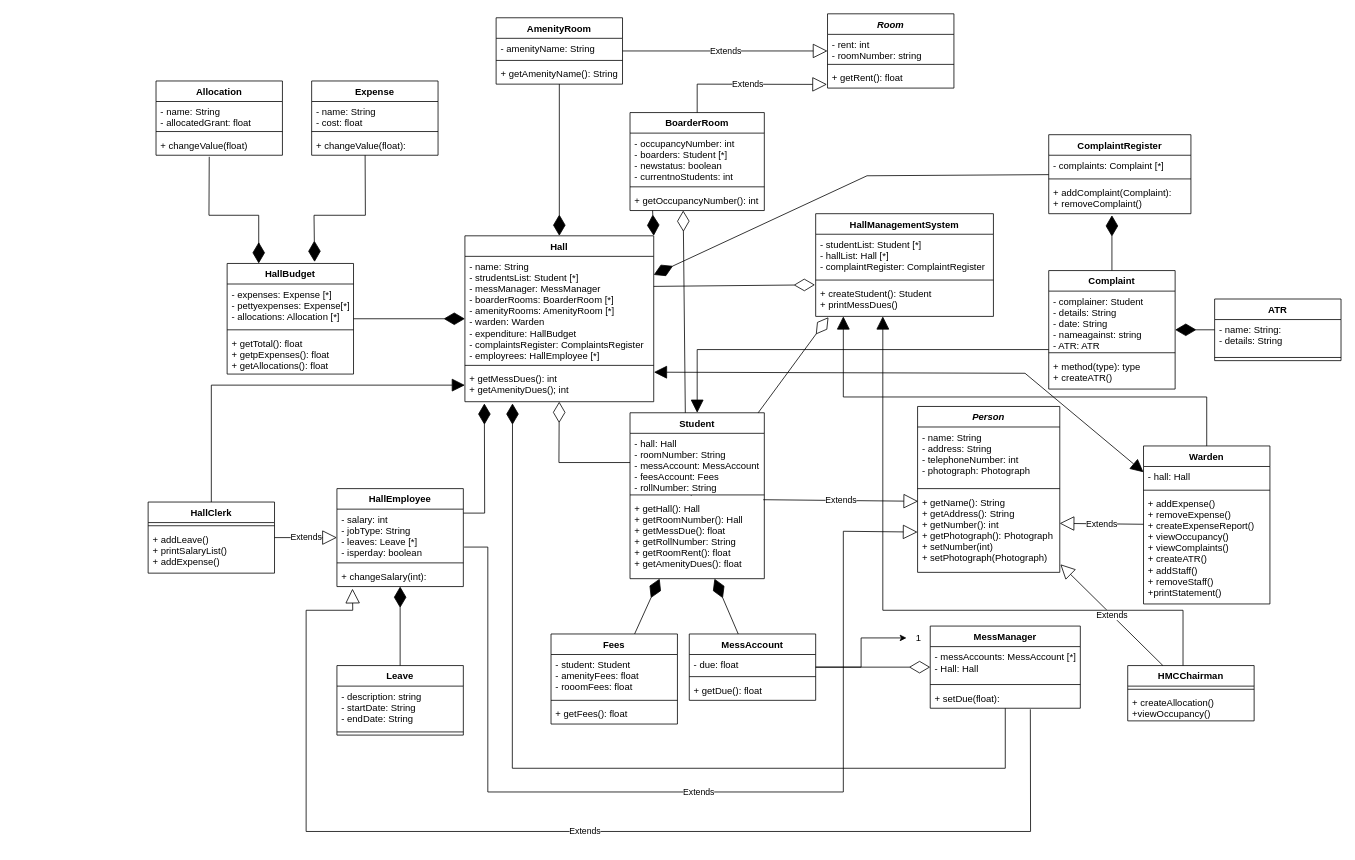
This is SRS/Images/ClassDiagramHMS.drawio from TheLapisGoat/HallManagementSoftware, a draw.io file, before an edit. Source tidied: cells renumbered, new cells numbered last; positions are measured from the earlier drawing's top-left corner, leaving out a move shared by most shapes. Both pictures are drawn from the tidied source at 79%, with x=0, y=0 at pixel (148, 13).
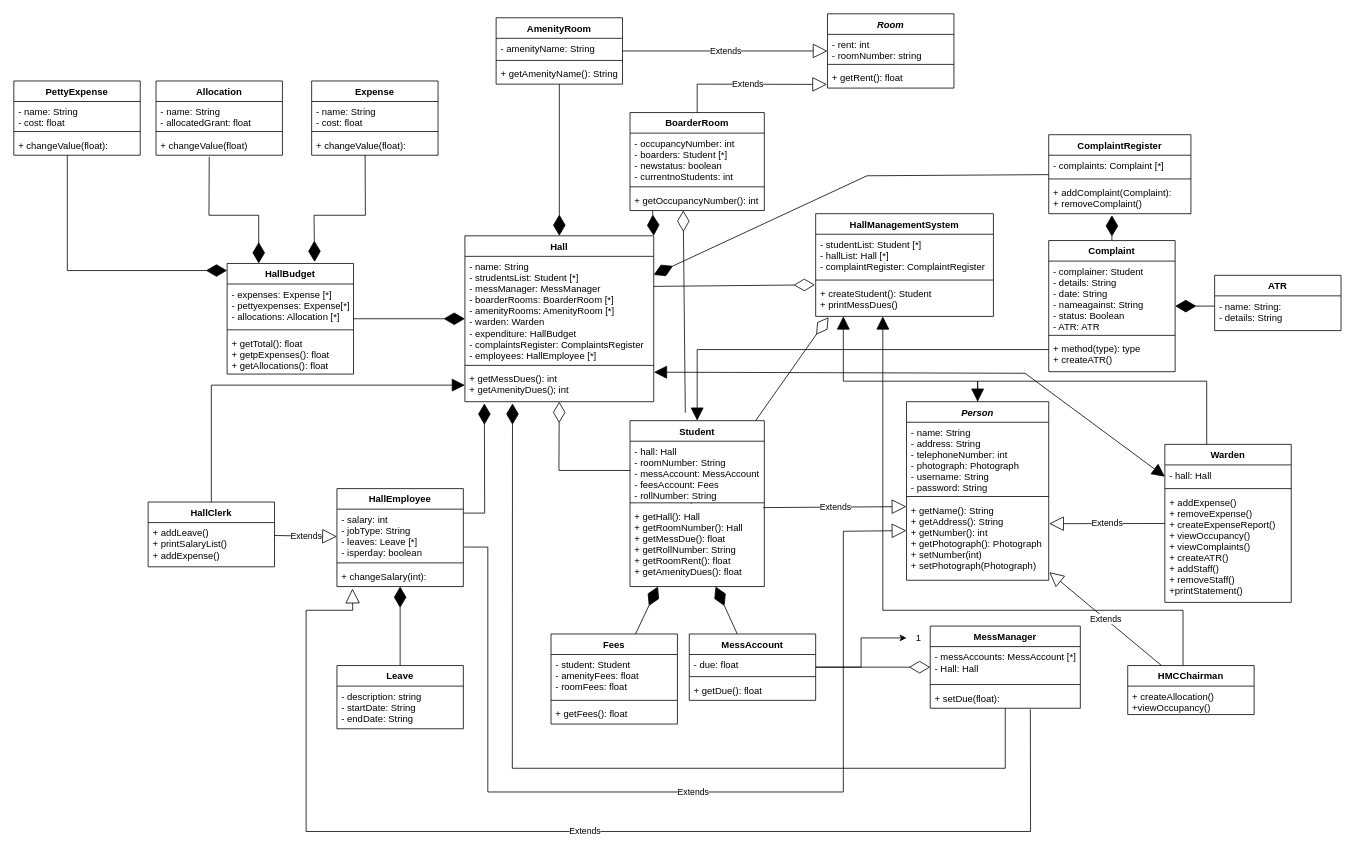
The same page after the edit.

Commit message:
dlass diagram made better

Unchanged cells that the change refers to:
```xml
<mxCell id="2" value="HallManagementSystem" style="swimlane;fontStyle=1;align=center;verticalAlign=top;horizontal=1;startSize=26;" parent="1" vertex="1">
  <mxGeometry x="845" y="253" width="225" height="130" as="geometry" />
</mxCell>
<mxCell id="11" value="- hall: Hall&#10;- roomNumber: String&#10;- messAccount: MessAccount&#10;- feesAccount: Fees&#10;- rollNumber: String&#10;- room: BoarderRoom" style="text;strokeColor=none;fillColor=none;align=left;verticalAlign=top;spacingLeft=4;spacingRight=4;overflow=hidden;points=[[0,0.5],[1,0.5]];portConstraint=eastwest;" parent="10" vertex="1">
  <mxGeometry y="26" width="170" height="74" as="geometry" />
</mxCell>
<mxCell id="13" value="+ getHall(): Hall&#10;+ getRoomNumber(): Hall&#10;+ getMessDue(): float&#10;+ getRollNumber: String&#10;+ getRoomRent(): float&#10;+ getAmenityDues(): float" style="text;strokeColor=none;fillColor=none;align=left;verticalAlign=top;spacingLeft=4;spacingRight=4;overflow=hidden;points=[[0,0.5],[1,0.5]];portConstraint=eastwest;" parent="10" vertex="1">
  <mxGeometry y="108" width="170" height="102" as="geometry" />
</mxCell>
<mxCell id="27" value="Hall" style="swimlane;fontStyle=1;align=center;verticalAlign=top;horizontal=1;startSize=26;" parent="1" vertex="1">
  <mxGeometry x="401" y="281" width="239" height="210" as="geometry" />
</mxCell>
<mxCell id="30" value="+ getMessDues(): int&#10;+ getAmenityDues(); int" style="text;strokeColor=none;fillColor=none;align=left;verticalAlign=top;spacingLeft=4;spacingRight=4;overflow=hidden;points=[[0,0.5],[1,0.5]];portConstraint=eastwest;" parent="27" vertex="1">
  <mxGeometry y="168" width="239" height="42" as="geometry" />
</mxCell>
<mxCell id="53" value="Fees" style="swimlane;fontStyle=1;align=center;verticalAlign=top;horizontal=1;startSize=26;" parent="1" vertex="1">
  <mxGeometry x="510" y="785" width="160" height="114" as="geometry" />
</mxCell>
<mxCell id="74" value="HallBudget" style="swimlane;fontStyle=1;align=center;verticalAlign=top;horizontal=1;startSize=26;" parent="1" vertex="1">
  <mxGeometry x="100" y="316" width="160" height="140" as="geometry" />
</mxCell>
```

Change to the diagram source:
```diff
@@
-    <mxCell id="6" value="Person" style="swimlane;fontStyle=3;align=center;verticalAlign=top;horizontal=1;startSize=26;" parent="1" vertex="1">
-      <mxGeometry x="974" y="497" width="180" height="210" as="geometry" />
-    </mxCell>
-    <mxCell id="7" value="- name: String&#10;- address: String&#10;- telephoneNumber: int&#10;- photograph: Photograph" style="text;strokeColor=none;fillColor=none;align=left;verticalAlign=top;spacingLeft=4;spacingRight=4;overflow=hidden;" parent="6" vertex="1">
-      <mxGeometry y="26" width="180" height="74" as="geometry" />
-    </mxCell>
-    <mxCell id="8" style="line;strokeWidth=1;fillColor=none;align=left;verticalAlign=middle;spacingTop=-1;spacingLeft=3;spacingRight=3;labelPosition=right;strokeColor=inherit;" parent="6" vertex="1">
-      <mxGeometry y="100" width="180" height="8" as="geometry" />
-    </mxCell>
-    <mxCell id="9" value="+ getName(): String&#10;+ getAddress(): String&#10;+ getNumber(): int&#10;+ getPhotograph(): Photograph&#10;+ setNumber(int)&#10;+ setPhotograph(Photograph)" style="text;strokeColor=none;fillColor=none;align=left;verticalAlign=top;spacingLeft=4;spacingRight=4;overflow=hidden;points=[[0,0.5],[1,0.5]];portConstraint=eastwest;" parent="6" vertex="1">
-      <mxGeometry y="108" width="180" height="102" as="geometry" />
-    </mxCell>
     <mxCell id="10" value="Student" style="swimlane;fontStyle=1;align=center;verticalAlign=top;horizontal=1;startSize=26;" parent="1" vertex="1">
-      <mxGeometry x="610" y="505" width="170" height="210" as="geometry" />
+      <mxGeometry x="610" y="515" width="170" height="210" as="geometry" />
     </mxCell>
@@
-    <mxCell id="23" value="Extends" style="endArrow=block;endSize=16;endFill=0;html=1;rounded=0;exitX=0.992;exitY=0.02;exitDx=0;exitDy=0;exitPerimeter=0;entryX=0.004;entryY=0.118;entryDx=0;entryDy=0;entryPerimeter=0;" parent="1" edge="1" source="13" target="9">
+    <mxCell id="23" value="Extends" style="endArrow=block;endSize=16;endFill=0;html=1;rounded=0;exitX=0.992;exitY=0.02;exitDx=0;exitDy=0;exitPerimeter=0;entryX=-0.001;entryY=0.086;entryDx=0;entryDy=0;entryPerimeter=0;" parent="1" edge="1" source="13" target="9">
       <mxGeometry relative="1" as="geometry" />
     </mxCell>
@@
-    <mxCell id="28" value="- name: String&#10;- strudentsList: Student [*]&#10;- messManager: MessManager&#10;- boarderRooms: BoarderRoom [*]&#10;- amenityRooms: AmenityRoom [*]&#10;- warden: Warden&#10;- expenditure: HallBudget&#10;- complaintsRegister: ComplaintsRegister&#10;- employrees: HallEmployee [*]" style="text;strokeColor=none;fillColor=none;align=left;verticalAlign=top;spacingLeft=4;spacingRight=4;overflow=hidden;" parent="27" vertex="1">
+    <mxCell id="28" value="- name: String&#10;- strudentsList: Student [*]&#10;- messManager: MessManager&#10;- boarderRooms: BoarderRoom [*]&#10;- amenityRooms: AmenityRoom [*]&#10;- warden: Warden&#10;- expenditure: HallBudget&#10;- complaintsRegister: ComplaintsRegister&#10;- employees: HallEmployee [*]" style="text;strokeColor=none;fillColor=none;align=left;verticalAlign=top;spacingLeft=4;spacingRight=4;overflow=hidden;" parent="27" vertex="1">
       <mxGeometry y="26" width="239" height="134" as="geometry" />
     </mxCell>
@@
     <mxCell id="31" style="endArrow=diamondThin;endFill=0;endSize=24;html=1;rounded=0;exitX=0;exitY=0.5;exitDx=0;exitDy=0;" parent="1" edge="1" source="11" target="30">
       <mxGeometry relative="1" as="geometry">
         <Array as="points">
-          <mxPoint x="520" y="568" />
+          <mxPoint x="520" y="578" />
         </Array>
       </mxGeometry>
     </mxCell>
@@
-    <mxCell id="54" value="- student: Student&#10;- amenityFees: float&#10;- rooomFees: float" style="text;strokeColor=none;fillColor=none;align=left;verticalAlign=top;spacingLeft=4;spacingRight=4;overflow=hidden;" parent="53" vertex="1">
+    <mxCell id="54" value="- student: Student&#10;- amenityFees: float&#10;- roomFees: float" style="text;strokeColor=none;fillColor=none;align=left;verticalAlign=top;spacingLeft=4;spacingRight=4;overflow=hidden;" parent="53" vertex="1">
       <mxGeometry y="26" width="160" height="54" as="geometry" />
     </mxCell>
@@
     <mxCell id="58" value="Complaint" style="swimlane;fontStyle=1;align=center;verticalAlign=top;horizontal=1;startSize=26;" parent="1" vertex="1">
-      <mxGeometry x="1140" y="325" width="160" height="150" as="geometry" />
+      <mxGeometry x="1140" y="287" width="160" height="166" as="geometry" />
     </mxCell>
-    <mxCell id="59" value="- complainer: Student&#10;- details: String&#10;- date: String&#10;- nameagainst: string&#10;- ATR: ATR" style="text;strokeColor=none;fillColor=none;align=left;verticalAlign=top;spacingLeft=4;spacingRight=4;overflow=hidden;" parent="58" vertex="1">
-      <mxGeometry y="26" width="160" height="74" as="geometry" />
+    <mxCell id="59" value="- complainer: Student&#10;- details: String&#10;- date: String&#10;- nameagainst: String&#10;- status: Boolean&#10;- ATR: ATR" style="text;strokeColor=none;fillColor=none;align=left;verticalAlign=top;spacingLeft=4;spacingRight=4;overflow=hidden;" parent="58" vertex="1">
+      <mxGeometry y="26" width="160" height="90" as="geometry" />
     </mxCell>
     <mxCell id="60" style="line;strokeWidth=1;fillColor=none;align=left;verticalAlign=middle;spacingTop=-1;spacingLeft=3;spacingRight=3;labelPosition=right;strokeColor=inherit;" parent="58" vertex="1">
-      <mxGeometry y="100" width="160" height="8" as="geometry" />
+      <mxGeometry y="116" width="160" height="8" as="geometry" />
     </mxCell>
     <mxCell id="61" value="+ method(type): type&#10;+ createATR()" style="text;strokeColor=none;fillColor=none;align=left;verticalAlign=top;spacingLeft=4;spacingRight=4;overflow=hidden;" parent="58" vertex="1">
-      <mxGeometry y="108" width="160" height="42" as="geometry" />
+      <mxGeometry y="124" width="160" height="42" as="geometry" />
     </mxCell>
@@
     <mxCell id="68" value="Warden" style="swimlane;fontStyle=1;align=center;verticalAlign=top;horizontal=1;startSize=26;" parent="1" vertex="1">
-      <mxGeometry x="1260" y="547" width="160" height="200" as="geometry" />
+      <mxGeometry x="1287" y="545" width="160" height="200" as="geometry" />
     </mxCell>
@@
-    <mxCell id="73" value="Extends" style="endArrow=block;endSize=16;endFill=0;html=1;rounded=0;entryX=0.999;entryY=0.392;entryDx=0;entryDy=0;entryPerimeter=0;" parent="1" edge="1" source="68" target="9">
+    <mxCell id="73" value="Extends" style="endArrow=block;endSize=16;endFill=0;html=1;rounded=0;entryX=1.003;entryY=0.298;entryDx=0;entryDy=0;entryPerimeter=0;" parent="1" edge="1" source="68" target="9">
       <mxGeometry relative="1" as="geometry" />
     </mxCell>
@@
     <mxCell id="84" value="HMCChairman" style="swimlane;fontStyle=1;align=center;verticalAlign=top;horizontal=1;startSize=26;" parent="1" vertex="1">
-      <mxGeometry x="1240" y="825" width="160" height="70" as="geometry" />
+      <mxGeometry x="1240" y="825" width="160" height="62" as="geometry" />
     </mxCell>
-    <mxCell id="85" style="line;strokeWidth=1;fillColor=none;align=left;verticalAlign=middle;spacingTop=-1;spacingLeft=3;spacingRight=3;labelPosition=right;strokeColor=inherit;" parent="84" vertex="1">
-      <mxGeometry y="26" width="160" height="8" as="geometry" />
-    </mxCell>
     <mxCell id="86" value="+ createAllocation() &#10;+viewOccupancy()" style="text;strokeColor=none;fillColor=none;align=left;verticalAlign=top;spacingLeft=4;spacingRight=4;overflow=hidden;" parent="84" vertex="1">
-      <mxGeometry y="34" width="160" height="36" as="geometry" />
+      <mxGeometry y="26" width="160" height="36" as="geometry" />
     </mxCell>
@@
-    <mxCell id="93" style="endArrow=block;endFill=1;html=1;edgeStyle=orthogonalEdgeStyle;align=left;verticalAlign=top;rounded=0;startSize=24;endSize=14;" parent="1" edge="1" source="68" target="2">
+    <mxCell id="93" style="endArrow=block;endFill=1;html=1;edgeStyle=orthogonalEdgeStyle;align=left;verticalAlign=top;rounded=0;startSize=24;endSize=14;" parent="1" edge="1" source="6" target="2">
       <mxGeometry x="-1" relative="1" as="geometry">
         <Array as="points">
-          <mxPoint x="1340" y="485" />
-          <mxPoint x="880" y="485" />
+          <mxPoint x="1050" y="465" />
+          <mxPoint x="880" y="465" />
         </Array>
       </mxGeometry>
     </mxCell>
@@
     <mxCell id="97" value="ATR" style="swimlane;fontStyle=1;align=center;verticalAlign=top;horizontal=1;startSize=26;" parent="1" vertex="1">
-      <mxGeometry x="1350" y="361" width="160" height="78" as="geometry" />
+      <mxGeometry x="1350" y="331" width="160" height="70" as="geometry" />
     </mxCell>
@@
-    <mxCell id="99" style="line;strokeWidth=1;fillColor=none;align=left;verticalAlign=middle;spacingTop=-1;spacingLeft=3;spacingRight=3;labelPosition=right;strokeColor=inherit;" parent="97" vertex="1">
-      <mxGeometry y="70" width="160" height="8" as="geometry" />
-    </mxCell>
@@
-    <mxCell id="105" value="Extends" style="endArrow=block;endSize=16;endFill=0;html=1;rounded=0;entryX=0;entryY=0.5;entryDx=0;entryDy=0;" parent="1" edge="1" target="9">
+    <mxCell id="105" value="Extends" style="endArrow=block;endSize=16;endFill=0;html=1;rounded=0;entryX=-0.001;entryY=0.384;entryDx=0;entryDy=0;entryPerimeter=0;" parent="1" edge="1" target="9">
       <mxGeometry relative="1" as="geometry">
         <mxPoint x="400" y="675" as="sourcePoint" />
         <Array as="points">
           <mxPoint x="430" y="675" />
           <mxPoint x="430" y="985" />
           <mxPoint x="880" y="985" />
           <mxPoint x="880" y="655" />
         </Array>
       </mxGeometry>
     </mxCell>
     <mxCell id="106" value="HallClerk" style="swimlane;fontStyle=1;align=center;verticalAlign=top;horizontal=1;startSize=26;" parent="1" vertex="1">
-      <mxGeometry y="618" width="160" height="90" as="geometry" />
+      <mxGeometry y="618" width="160" height="82" as="geometry" />
     </mxCell>
-    <mxCell id="107" style="line;strokeWidth=1;fillColor=none;align=left;verticalAlign=middle;spacingTop=-1;spacingLeft=3;spacingRight=3;labelPosition=right;strokeColor=inherit;" parent="106" vertex="1">
-      <mxGeometry y="26" width="160" height="8" as="geometry" />
-    </mxCell>
     <mxCell id="108" value="+ addLeave()&#10;+ printSalaryList()&#10;+ addExpense()" style="text;strokeColor=none;fillColor=none;align=left;verticalAlign=top;spacingLeft=4;spacingRight=4;overflow=hidden;" parent="106" vertex="1">
-      <mxGeometry y="34" width="160" height="56" as="geometry" />
+      <mxGeometry y="26" width="160" height="56" as="geometry" />
     </mxCell>
@@
     <mxCell id="110" value="Leave" style="swimlane;fontStyle=1;align=center;verticalAlign=top;horizontal=1;startSize=26;" parent="1" vertex="1">
-      <mxGeometry x="239" y="825" width="160" height="88" as="geometry" />
+      <mxGeometry x="239" y="825" width="160" height="80" as="geometry" />
     </mxCell>
@@
-    <mxCell id="112" style="line;strokeWidth=1;fillColor=none;align=left;verticalAlign=middle;spacingTop=-1;spacingLeft=3;spacingRight=3;labelPosition=right;strokeColor=inherit;" parent="110" vertex="1">
-      <mxGeometry y="80" width="160" height="8" as="geometry" />
-    </mxCell>
@@
+    <mxCell id="115" value="PettyExpense" style="swimlane;fontStyle=1;align=center;verticalAlign=top;horizontal=1;startSize=26;" parent="1" vertex="1">
+      <mxGeometry x="-170" y="85" width="160" height="94" as="geometry" />
+    </mxCell>
+    <mxCell id="116" value="- name: String&#10;- cost: float" style="text;strokeColor=none;fillColor=none;align=left;verticalAlign=top;spacingLeft=4;spacingRight=4;overflow=hidden;" parent="115" vertex="1">
+      <mxGeometry y="26" width="160" height="34" as="geometry" />
+    </mxCell>
+    <mxCell id="117" style="line;strokeWidth=1;fillColor=none;align=left;verticalAlign=middle;spacingTop=-1;spacingLeft=3;spacingRight=3;labelPosition=right;strokeColor=inherit;" parent="115" vertex="1">
+      <mxGeometry y="60" width="160" height="8" as="geometry" />
+    </mxCell>
+    <mxCell id="118" value="+ changeValue(float):" style="text;strokeColor=none;fillColor=none;align=left;verticalAlign=top;spacingLeft=4;spacingRight=4;overflow=hidden;points=[[0,0.5],[1,0.5]];portConstraint=eastwest;" parent="115" vertex="1">
+      <mxGeometry y="68" width="160" height="26" as="geometry" />
+    </mxCell>
+    <mxCell id="119" style="endArrow=diamondThin;endFill=1;endSize=24;html=1;rounded=0;exitX=0.423;exitY=1;exitDx=0;exitDy=0;exitPerimeter=0;entryX=0;entryY=0.064;entryDx=0;entryDy=0;entryPerimeter=0;edgeStyle=orthogonalEdgeStyle;" parent="1" edge="1" source="118" target="74">
+      <mxGeometry relative="1" as="geometry" />
+    </mxCell>
+    <mxCell id="120" style="endArrow=block;endFill=1;html=1;edgeStyle=orthogonalEdgeStyle;align=left;verticalAlign=top;rounded=0;startSize=24;endSize=14;" parent="1" edge="1" source="68" target="6">
+      <mxGeometry x="-1" relative="1" as="geometry">
+        <Array as="points">
+          <mxPoint x="1340" y="465" />
+          <mxPoint x="1050" y="465" />
+        </Array>
+      </mxGeometry>
+    </mxCell>
+    <mxCell id="6" value="Person" style="swimlane;fontStyle=3;align=center;verticalAlign=top;horizontal=1;startSize=26;" parent="1" vertex="1">
+      <mxGeometry x="960" y="491" width="180" height="226" as="geometry" />
+    </mxCell>
+    <mxCell id="7" value="- name: String&#10;- address: String&#10;- telephoneNumber: int&#10;- photograph: Photograph&#10;- username: String&#10;- password: String" style="text;strokeColor=none;fillColor=none;align=left;verticalAlign=top;spacingLeft=4;spacingRight=4;overflow=hidden;" parent="6" vertex="1">
+      <mxGeometry y="26" width="180" height="90" as="geometry" />
+    </mxCell>
+    <mxCell id="8" style="line;strokeWidth=1;fillColor=none;align=left;verticalAlign=middle;spacingTop=-1;spacingLeft=3;spacingRight=3;labelPosition=right;strokeColor=inherit;" parent="6" vertex="1">
+      <mxGeometry y="116" width="180" height="8" as="geometry" />
+    </mxCell>
+    <mxCell id="9" value="+ getName(): String&#10;+ getAddress(): String&#10;+ getNumber(): int&#10;+ getPhotograph(): Photograph&#10;+ setNumber(int)&#10;+ setPhotograph(Photograph)" style="text;strokeColor=none;fillColor=none;align=left;verticalAlign=top;spacingLeft=4;spacingRight=4;overflow=hidden;points=[[0,0.5],[1,0.5]];portConstraint=eastwest;" parent="6" vertex="1">
+      <mxGeometry y="124" width="180" height="102" as="geometry" />
+    </mxCell>
```
